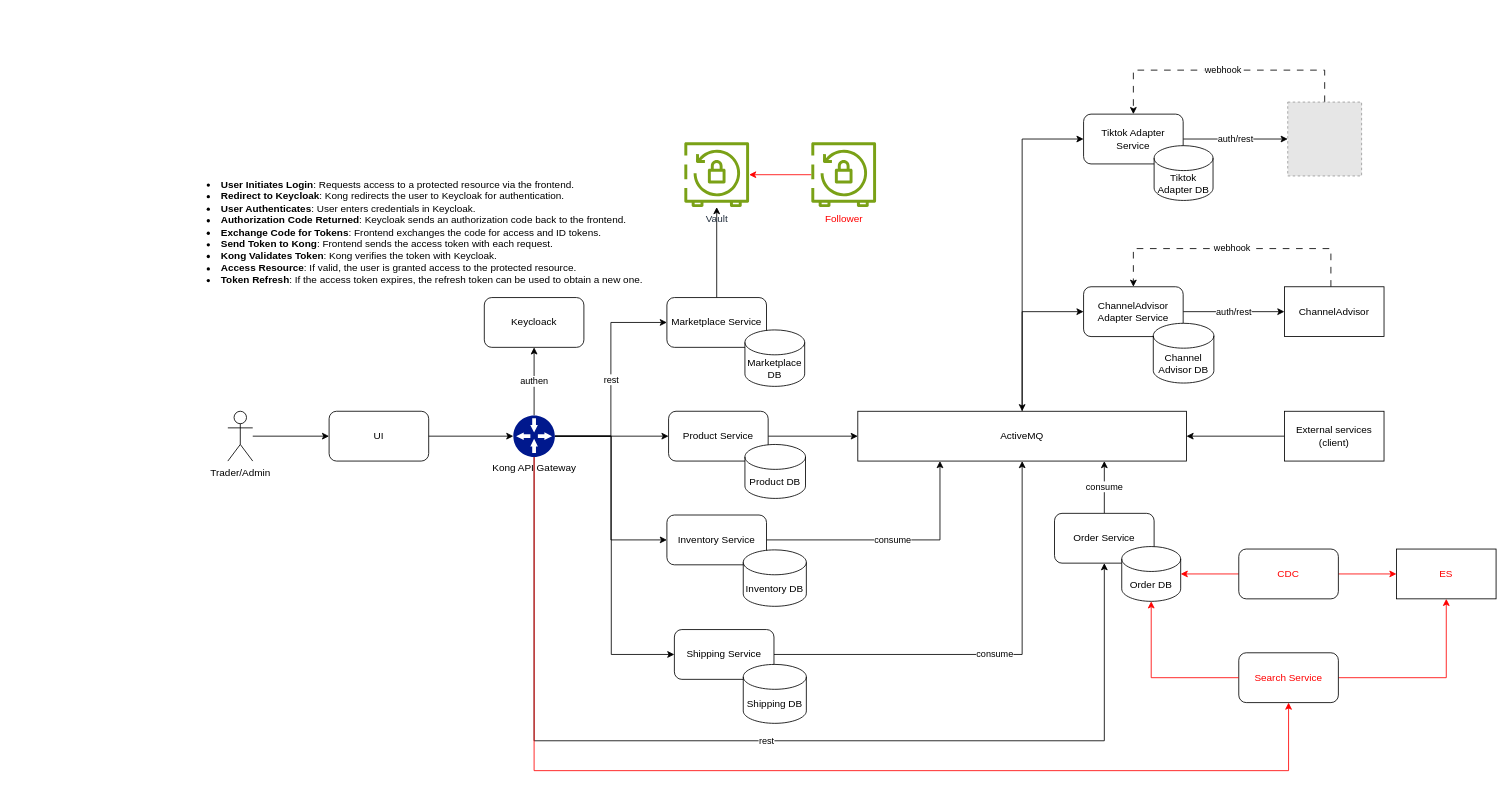
The draw.io diagram page "Page-17" (17 of 17) of hibernate.drawio in minhtran-q/hibernate-knowledge, before the edit. Source tidied: cells renumbered, new cells numbered last; positions are measured from the earlier drawing's top-left corner, leaving out a move shared by most shapes. Both pictures are drawn from the tidied source at 83%, with x=0, y=0 at pixel (205, 70). Pictures stored in the file or linked from it are replaced by grey dashed boxes.
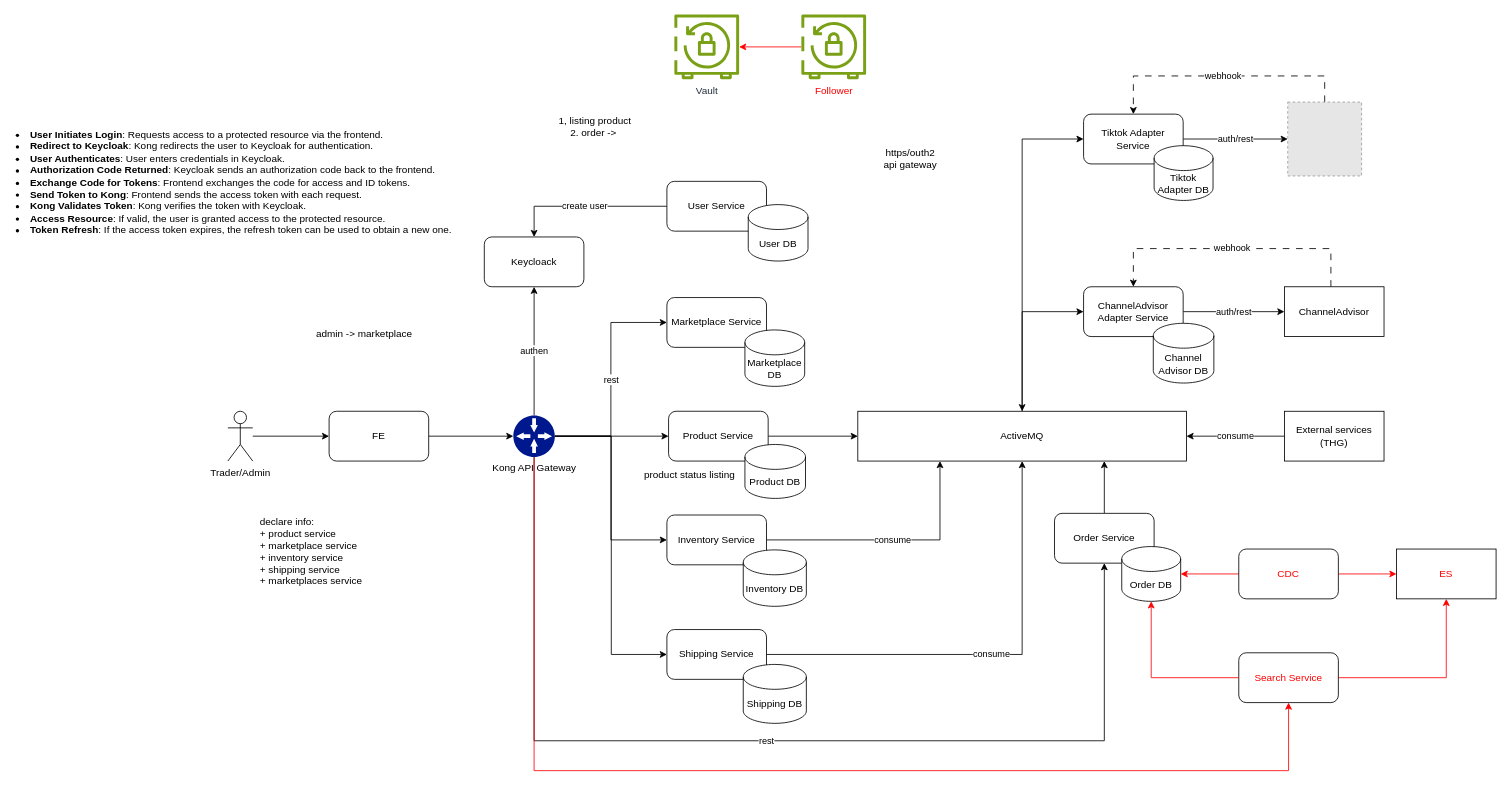
After the change.

The change refers to these unchanged cells:
```xml
<mxCell id="18" value="Marketplace Service" style="rounded=1;whiteSpace=wrap;html=1;" parent="1" vertex="1">
  <mxGeometry x="556" y="274" width="120" height="60" as="geometry" />
</mxCell>
<mxCell id="23" value="ActiveMQ" style="rounded=0;whiteSpace=wrap;html=1;" parent="1" vertex="1">
  <mxGeometry x="786" y="411" width="396" height="60" as="geometry" />
</mxCell>
<mxCell id="28" value="Tiktok Adapter Service" style="rounded=1;whiteSpace=wrap;html=1;" parent="1" vertex="1">
  <mxGeometry x="1058" y="53" width="120" height="60" as="geometry" />
</mxCell>
<mxCell id="32" style="fillColor=#E6E6E6;strokeColor=#999999;dashed=1;html=1;verticalAlign=top;verticalLabelPosition=bottom;labelBackgroundColor=#ffffff;" parent="1" vertex="1">
  <mxGeometry x="1304" y="38.5" width="89" height="89" as="geometry" />
</mxCell>
<mxCell id="36" value="Order Service" style="rounded=1;whiteSpace=wrap;html=1;" parent="1" vertex="1">
  <mxGeometry x="1023" y="534" width="120" height="60" as="geometry" />
</mxCell>
```

The edit, as a diff of the source:
```diff
@@
+    <mxCell id="56" value="create user" style="edgeStyle=orthogonalEdgeStyle;rounded=0;jettySize=auto;html=1;entryX=0.5;entryY=0;entryDx=0;entryDy=0;" parent="1" edge="1" source="57" target="13">
+      <mxGeometry relative="1" as="geometry" />
+    </mxCell>
+    <mxCell id="57" value="User Service" style="rounded=1;whiteSpace=wrap;html=1;" parent="1" vertex="1">
+      <mxGeometry x="556" y="134" width="120" height="60" as="geometry" />
+    </mxCell>
@@
-    <mxCell id="4" value="UI" style="rounded=1;whiteSpace=wrap;html=1;" parent="1" vertex="1">
+    <mxCell id="4" value="FE" style="rounded=1;whiteSpace=wrap;html=1;" parent="1" vertex="1">
       <mxGeometry x="149" y="411" width="120" height="60" as="geometry" />
     </mxCell>
@@
     <mxCell id="13" value="Keycloack" style="rounded=1;whiteSpace=wrap;html=1;" parent="1" vertex="1">
-      <mxGeometry x="336" y="274" width="120" height="60" as="geometry" />
+      <mxGeometry x="336" y="201" width="120" height="60" as="geometry" />
     </mxCell>
@@
-    <mxCell id="17" style="edgeStyle=orthogonalEdgeStyle;rounded=0;jettySize=auto;html=1;" parent="1" edge="1" source="18" target="42">
-      <mxGeometry relative="1" as="geometry" />
-    </mxCell>
@@
     <mxCell id="31" value="webhook" style="edgeStyle=orthogonalEdgeStyle;rounded=0;jettySize=auto;html=1;entryX=0.5;entryY=0;entryDx=0;entryDy=0;dashed=1;dashPattern=8 8;" parent="1" edge="1" source="32" target="28">
       <mxGeometry relative="1" as="geometry">
         <Array as="points">
-          <mxPoint x="1349" />
-          <mxPoint x="1118" />
+          <mxPoint x="1349" y="7" />
+          <mxPoint x="1118" y="7" />
         </Array>
       </mxGeometry>
     </mxCell>
@@
-    <mxCell id="35" value="consume" style="edgeStyle=orthogonalEdgeStyle;rounded=0;jettySize=auto;html=1;entryX=0.75;entryY=1;entryDx=0;entryDy=0;startArrow=none;startFill=0;" parent="1" edge="1" source="36" target="23">
+    <mxCell id="35" style="edgeStyle=orthogonalEdgeStyle;rounded=0;jettySize=auto;html=1;entryX=0.75;entryY=1;entryDx=0;entryDy=0;startArrow=none;startFill=0;" parent="1" edge="1" source="36" target="23">
       <mxGeometry relative="1" as="geometry" />
     </mxCell>
@@
     <mxCell id="38" value="Shipping Service" style="rounded=1;whiteSpace=wrap;html=1;" parent="1" vertex="1">
-      <mxGeometry x="565" y="674" width="120" height="60" as="geometry" />
+      <mxGeometry x="556" y="674" width="120" height="60" as="geometry" />
     </mxCell>
@@
-    <mxCell id="40" style="edgeStyle=orthogonalEdgeStyle;rounded=0;jettySize=auto;html=1;" parent="1" edge="1" source="41" target="23">
+    <mxCell id="40" value="consume" style="edgeStyle=orthogonalEdgeStyle;rounded=0;jettySize=auto;html=1;" parent="1" edge="1" source="41" target="23">
       <mxGeometry relative="1" as="geometry" />
     </mxCell>
-    <mxCell id="41" value="External services&lt;br&gt;(client)" style="rounded=0;whiteSpace=wrap;html=1;" parent="1" vertex="1">
+    <mxCell id="41" value="External services&lt;br&gt;(THG)" style="rounded=0;whiteSpace=wrap;html=1;" parent="1" vertex="1">
       <mxGeometry x="1300" y="411" width="120" height="60" as="geometry" />
     </mxCell>
     <mxCell id="42" value="Vault" style="sketch=0;outlineConnect=0;fontColor=#232F3E;gradientColor=none;fillColor=#7AA116;strokeColor=none;dashed=0;verticalLabelPosition=bottom;verticalAlign=top;align=center;html=1;fontSize=12;fontStyle=0;shape=mxgraph.aws4.aws_backup_vault_lock;" parent="1" vertex="1">
-      <mxGeometry x="577" y="87" width="78" height="78" as="geometry" />
+      <mxGeometry x="565" y="-67" width="78" height="78" as="geometry" />
     </mxCell>
@@
     <mxCell id="47" value="&lt;font color=&quot;#ff0000&quot;&gt;Follower&lt;/font&gt;" style="sketch=0;outlineConnect=0;fontColor=#232F3E;gradientColor=none;fillColor=#7AA116;strokeColor=none;dashed=0;verticalLabelPosition=bottom;verticalAlign=top;align=center;html=1;fontSize=12;fontStyle=0;shape=mxgraph.aws4.aws_backup_vault_lock;" parent="1" vertex="1">
-      <mxGeometry x="730" y="87" width="78" height="78" as="geometry" />
+      <mxGeometry x="718" y="-67" width="78" height="78" as="geometry" />
     </mxCell>
@@
     <mxCell id="55" value="&lt;li&gt;&lt;strong&gt;User Initiates Login&lt;/strong&gt;: Requests access to a protected resource via the frontend.&lt;/li&gt;&lt;li&gt;&lt;strong&gt;Redirect to Keycloak&lt;/strong&gt;: Kong redirects the user to Keycloak for authentication.&lt;/li&gt;&lt;li&gt;&lt;strong&gt;User Authenticates&lt;/strong&gt;: User enters credentials in Keycloak.&lt;/li&gt;&lt;li&gt;&lt;strong&gt;Authorization Code Returned&lt;/strong&gt;: Keycloak sends an authorization code back to the frontend.&lt;/li&gt;&lt;li&gt;&lt;strong&gt;Exchange Code for Tokens&lt;/strong&gt;: Frontend exchanges the code for access and ID tokens.&lt;/li&gt;&lt;li&gt;&lt;strong&gt;Send Token to Kong&lt;/strong&gt;: Frontend sends the access token with each request.&lt;/li&gt;&lt;li&gt;&lt;strong&gt;Kong Validates Token&lt;/strong&gt;: Kong verifies the token with Keycloak.&lt;/li&gt;&lt;li&gt;&lt;strong&gt;Access Resource&lt;/strong&gt;: If valid, the user is granted access to the protected resource.&lt;/li&gt;&lt;li&gt;&lt;strong&gt;Token Refresh&lt;/strong&gt;: If the access token expires, the refresh token can be used to obtain a new one.&lt;/li&gt;" style="text;whiteSpace=wrap;html=1;" parent="1" vertex="1">
-      <mxGeometry y="124" width="550" height="150" as="geometry" />
+      <mxGeometry x="-230" y="64" width="550" height="150" as="geometry" />
     </mxCell>
+    <mxCell id="58" value="declare info:&lt;br&gt;+ product service&lt;div&gt;+ marketplace service&lt;/div&gt;&lt;div style=&quot;&quot;&gt;+ inventory service&lt;/div&gt;&lt;div style=&quot;&quot;&gt;+ shipping service&lt;br&gt;+ marketplaces service&lt;br&gt;&lt;/div&gt;" style="text;html=1;align=left;verticalAlign=middle;strokeColor=none;fillColor=none;" parent="1" vertex="1">
+      <mxGeometry x="64" y="531" width="141" height="98" as="geometry" />
+    </mxCell>
+    <mxCell id="59" value="User DB" style="shape=cylinder3;whiteSpace=wrap;html=1;boundedLbl=1;backgroundOutline=1;size=15;" parent="1" vertex="1">
+      <mxGeometry x="654" y="162" width="72" height="68" as="geometry" />
+    </mxCell>
+    <mxCell id="60" value="1, listing product&lt;br&gt;2. order -&amp;gt;&amp;nbsp;" style="text;html=1;align=center;verticalAlign=middle;strokeColor=none;fillColor=none;" parent="1" vertex="1">
+      <mxGeometry x="416" y="47" width="105" height="41" as="geometry" />
+    </mxCell>
+    <mxCell id="61" value="https/outh2&lt;br&gt;api gateway" style="text;html=1;align=center;verticalAlign=middle;strokeColor=none;fillColor=none;" parent="1" vertex="1">
+      <mxGeometry x="808" y="86.5" width="82" height="41" as="geometry" />
+    </mxCell>
+    <mxCell id="62" value="admin -&amp;gt; marketplace" style="text;html=1;align=center;verticalAlign=middle;strokeColor=none;fillColor=none;" parent="1" vertex="1">
+      <mxGeometry x="124" y="305" width="134" height="26" as="geometry" />
+    </mxCell>
+    <mxCell id="63" value="product status listing" style="text;html=1;align=center;verticalAlign=middle;strokeColor=none;fillColor=none;" parent="1" vertex="1">
+      <mxGeometry x="519" y="475" width="127" height="26" as="geometry" />
+    </mxCell>
```
